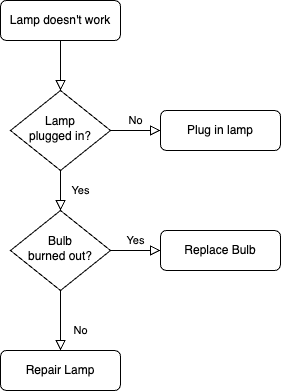
RexZheng-cug/chart keeps this draw.io diagram as 未命名绘图.drawio.png. Above is the earlier version. Source tidied: cells renumbered, new cells last; positions are measured from the earlier drawing's top-left corner, leaving out a move shared by most shapes. Source of this version:
```xml
<mxGraphModel>
  <root>
    <mxCell id="0" />
    <mxCell id="1" parent="0" />
    <mxCell id="2" style="rounded=0;html=1;jettySize=auto;fontSize=11;endArrow=block;endFill=0;endSize=8;strokeWidth=1;shadow=0;labelBackgroundColor=none;edgeStyle=orthogonalEdgeStyle;" parent="1" edge="1" source="3" target="6">
      <mxGeometry relative="1" as="geometry" />
    </mxCell>
    <mxCell id="3" value="Lamp doesn't work" style="rounded=1;whiteSpace=wrap;html=1;fontSize=12;glass=0;strokeWidth=1;shadow=0;" parent="1" vertex="1">
      <mxGeometry width="120" height="40" as="geometry" />
    </mxCell>
    <mxCell id="4" value="Yes" style="rounded=0;html=1;jettySize=auto;fontSize=11;endArrow=block;endFill=0;endSize=8;strokeWidth=1;shadow=0;labelBackgroundColor=none;edgeStyle=orthogonalEdgeStyle;" parent="1" edge="1" source="6" target="10">
      <mxGeometry y="20" relative="1" as="geometry" />
    </mxCell>
    <mxCell id="5" value="No" style="edgeStyle=orthogonalEdgeStyle;rounded=0;html=1;jettySize=auto;fontSize=11;endArrow=block;endFill=0;endSize=8;strokeWidth=1;shadow=0;labelBackgroundColor=none;" parent="1" edge="1" source="6" target="7">
      <mxGeometry y="10" relative="1" as="geometry" />
    </mxCell>
    <mxCell id="6" value="Lamp&lt;br&gt;plugged in?" style="rhombus;whiteSpace=wrap;html=1;shadow=0;fontFamily=Helvetica;fontSize=12;align=center;strokeWidth=1;spacing=6;spacingTop=-4;" parent="1" vertex="1">
      <mxGeometry x="10" y="90" width="100" height="80" as="geometry" />
    </mxCell>
    <mxCell id="7" value="Plug in lamp" style="rounded=1;whiteSpace=wrap;html=1;fontSize=12;glass=0;strokeWidth=1;shadow=0;" parent="1" vertex="1">
      <mxGeometry x="160" y="110" width="120" height="40" as="geometry" />
    </mxCell>
    <mxCell id="8" value="No" style="rounded=0;html=1;jettySize=auto;fontSize=11;endArrow=block;endFill=0;endSize=8;strokeWidth=1;shadow=0;labelBackgroundColor=none;edgeStyle=orthogonalEdgeStyle;" parent="1" edge="1" source="10" target="11">
      <mxGeometry x="0.33" y="20" relative="1" as="geometry" />
    </mxCell>
    <mxCell id="9" value="Yes" style="edgeStyle=orthogonalEdgeStyle;rounded=0;html=1;jettySize=auto;fontSize=11;endArrow=block;endFill=0;endSize=8;strokeWidth=1;shadow=0;labelBackgroundColor=none;" parent="1" edge="1" source="10" target="12">
      <mxGeometry y="10" relative="1" as="geometry" />
    </mxCell>
    <mxCell id="10" value="Bulb&lt;br&gt;burned out?" style="rhombus;whiteSpace=wrap;html=1;shadow=0;fontFamily=Helvetica;fontSize=12;align=center;strokeWidth=1;spacing=6;spacingTop=-4;" parent="1" vertex="1">
      <mxGeometry x="10" y="210" width="100" height="80" as="geometry" />
    </mxCell>
    <mxCell id="11" value="Repair Lamp" style="rounded=1;whiteSpace=wrap;html=1;fontSize=12;glass=0;strokeWidth=1;shadow=0;" parent="1" vertex="1">
      <mxGeometry y="350" width="120" height="40" as="geometry" />
    </mxCell>
    <mxCell id="12" value="Replace Bulb" style="rounded=1;whiteSpace=wrap;html=1;fontSize=12;glass=0;strokeWidth=1;shadow=0;" parent="1" vertex="1">
      <mxGeometry x="160" y="230" width="120" height="40" as="geometry" />
    </mxCell>
  </root>
</mxGraphModel>
```
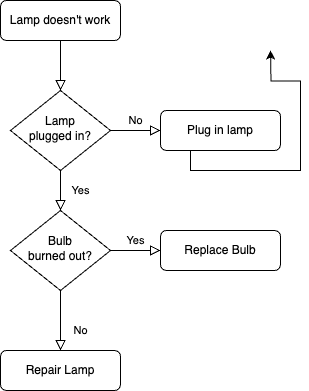
After the commit.

Commit message:
更新未命名绘图.drawio.png

Change to the diagram source:
```diff
@@ -17,6 +17,11 @@
     <mxCell id="6" value="Lamp&lt;br&gt;plugged in?" style="rhombus;whiteSpace=wrap;html=1;shadow=0;fontFamily=Helvetica;fontSize=12;align=center;strokeWidth=1;spacing=6;spacingTop=-4;" parent="1" vertex="1">
       <mxGeometry x="10" y="90" width="100" height="80" as="geometry" />
     </mxCell>
+    <mxCell id="13" style="edgeStyle=orthogonalEdgeStyle;rounded=0;jettySize=auto;html=1;exitX=0.25;exitY=1;exitDx=0;exitDy=0;" parent="1" edge="1" source="7">
+      <mxGeometry relative="1" as="geometry">
+        <mxPoint x="270" y="50" as="targetPoint" />
+      </mxGeometry>
+    </mxCell>
     <mxCell id="7" value="Plug in lamp" style="rounded=1;whiteSpace=wrap;html=1;fontSize=12;glass=0;strokeWidth=1;shadow=0;" parent="1" vertex="1">
       <mxGeometry x="160" y="110" width="120" height="40" as="geometry" />
     </mxCell>
```
